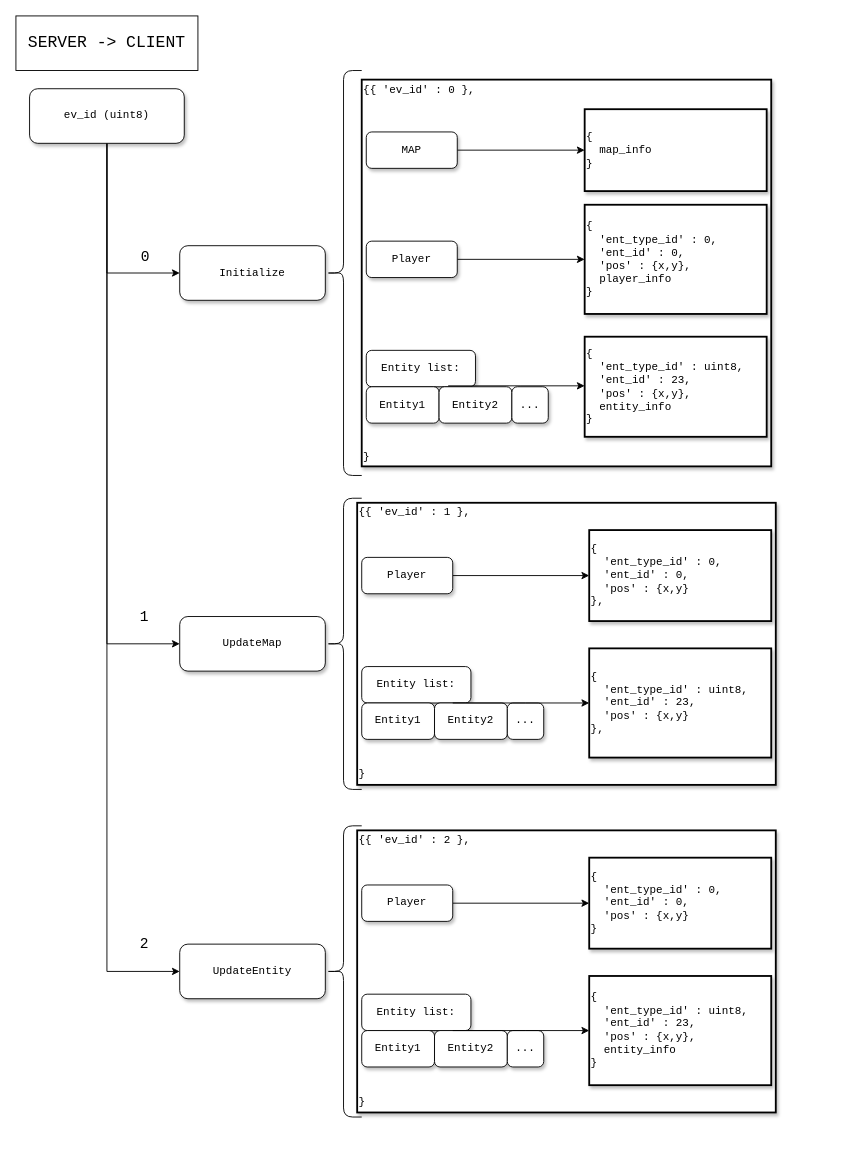
The draw.io diagram page "Server -> Client json" (1 of 3) of informe/msgs client server.drawio in nicomatex/taller_argentum, before the edit. Source tidied: cells renumbered, new cells numbered last; positions are measured from the earlier drawing's top-left corner, leaving out a move shared by most shapes. Both pictures are drawn from the tidied source at 91%, with x=0, y=0 at pixel (15, 15).
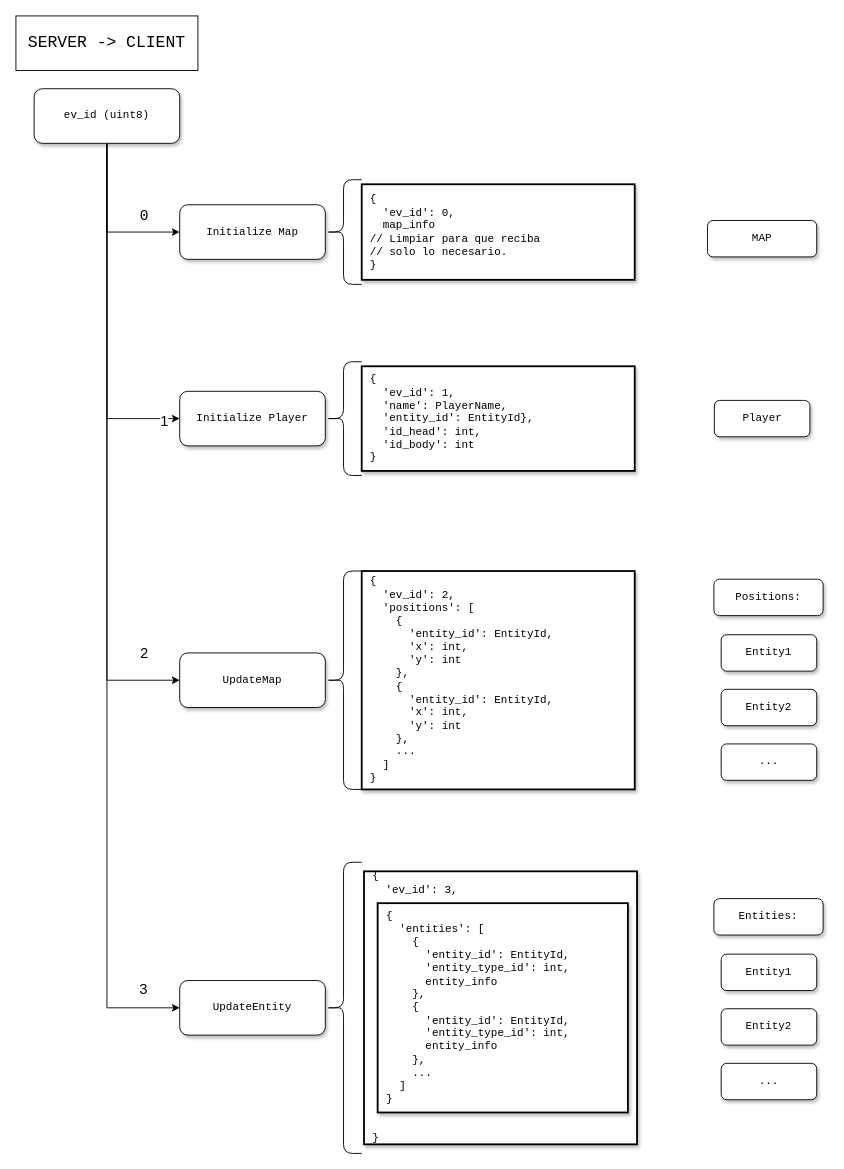
The same page after the edit.

The change refers to these unchanged cells:
```xml
<mxCell id="4" style="edgeStyle=orthogonalEdgeStyle;rounded=0;jettySize=auto;html=1;exitX=0.5;exitY=1;exitDx=0;exitDy=0;entryX=0;entryY=0.5;entryDx=0;entryDy=0;fontFamily=Courier New;fontSize=16;" parent="1" edge="1" source="10" target="12">
  <mxGeometry relative="1" as="geometry" />
</mxCell>
<mxCell id="6" style="edgeStyle=orthogonalEdgeStyle;rounded=0;jettySize=auto;html=1;exitX=0.5;exitY=1;exitDx=0;exitDy=0;entryX=0;entryY=0.5;entryDx=0;entryDy=0;fontFamily=Courier New;fontSize=16;" parent="1" edge="1" source="10" target="11">
  <mxGeometry relative="1" as="geometry" />
</mxCell>
<mxCell id="8" style="edgeStyle=orthogonalEdgeStyle;rounded=0;jettySize=auto;html=1;exitX=0.5;exitY=1;exitDx=0;exitDy=0;entryX=0;entryY=0.5;entryDx=0;entryDy=0;fontFamily=Courier New;fontSize=16;" parent="1" edge="1" source="10" target="38">
  <mxGeometry relative="1" as="geometry" />
</mxCell>
```

The edit, as a diff of the source:
```diff
@@
-    <mxCell id="2" value="{{ 'ev_id' : 1 },&lt;br&gt;&lt;br&gt;&lt;br&gt;&lt;br&gt;&lt;br&gt;&lt;br&gt;&lt;br&gt;&lt;br&gt;&lt;br&gt;&lt;br&gt;&lt;br&gt;&lt;br&gt;&lt;br&gt;&lt;br&gt;&lt;br&gt;&lt;br&gt;&lt;br&gt;&lt;br&gt;&lt;br&gt;&lt;br&gt;}" style="whiteSpace=wrap;html=1;rounded=0;shadow=1;labelBackgroundColor=none;strokeWidth=2;fontFamily=Courier New;fontSize=12;align=left;" parent="1" vertex="1">
-      <mxGeometry x="375" y="535" width="460" height="310" as="geometry" />
-    </mxCell>
+    <mxCell id="19" value="Positions:" style="whiteSpace=wrap;html=1;rounded=1;shadow=1;labelBackgroundColor=none;strokeWidth=1;fontFamily=Courier New;fontSize=12;align=center;" parent="1" vertex="1">
+      <mxGeometry x="767" y="619" width="120" height="40" as="geometry" />
+    </mxCell>
+    <mxCell id="20" value="Entity1" style="whiteSpace=wrap;html=1;rounded=1;shadow=1;labelBackgroundColor=none;strokeWidth=1;fontFamily=Courier New;fontSize=12;align=center;" parent="1" vertex="1">
+      <mxGeometry x="775" y="680" width="105" height="40" as="geometry" />
+    </mxCell>
+    <mxCell id="21" value="Entity2" style="whiteSpace=wrap;html=1;rounded=1;shadow=1;labelBackgroundColor=none;strokeWidth=1;fontFamily=Courier New;fontSize=12;align=center;" parent="1" vertex="1">
+      <mxGeometry x="775" y="740" width="105" height="40" as="geometry" />
+    </mxCell>
-    <mxCell id="3" value="{{ 'ev_id' : 0 },&lt;br&gt;&lt;br&gt;&lt;br&gt;&lt;br&gt;&lt;br&gt;&lt;br&gt;&lt;br&gt;&lt;br&gt;&lt;br&gt;&lt;br&gt;&lt;br&gt;&lt;br&gt;&lt;br&gt;&lt;br&gt;&lt;br&gt;&lt;br&gt;&lt;br&gt;&lt;br&gt;&lt;br&gt;&lt;br&gt;&lt;br&gt;&lt;br&gt;&lt;br&gt;&lt;br&gt;&lt;br&gt;&lt;br&gt;&lt;br&gt;&lt;br&gt;}" style="whiteSpace=wrap;html=1;rounded=0;shadow=1;labelBackgroundColor=none;strokeWidth=2;fontFamily=Courier New;fontSize=12;align=left;" parent="1" vertex="1">
-      <mxGeometry x="380" y="70" width="450" height="425" as="geometry" />
+    <mxCell id="3" value="&amp;nbsp;{&lt;br&gt;&amp;nbsp; &amp;nbsp;'ev_id': 0,&lt;br&gt;&amp;nbsp; &amp;nbsp;map_info&lt;br&gt;&amp;nbsp;// Limpiar para que reciba&lt;br&gt;&amp;nbsp;// solo lo necesario.&lt;br&gt;&amp;nbsp;}" style="whiteSpace=wrap;html=1;rounded=0;shadow=1;labelBackgroundColor=none;strokeWidth=2;fontFamily=Courier New;fontSize=12;align=left;" parent="1" vertex="1">
+      <mxGeometry x="380" y="185" width="300" height="105" as="geometry" />
     </mxCell>
@@
-    <mxCell id="5" value="1" style="edgeLabel;html=1;align=center;verticalAlign=middle;fontSize=16;fontFamily=Courier New;" parent="4" vertex="1">
+    <mxCell id="5" value="2" style="edgeLabel;html=1;align=center;verticalAlign=middle;fontSize=16;fontFamily=Courier New;rotation=0;" parent="4" vertex="1">
       <mxGeometry x="0.71" y="2" relative="1" as="geometry">
-        <mxPoint x="38" y="-18.6" as="offset" />
+        <mxPoint x="38" y="-11.8" as="offset" />
       </mxGeometry>
     </mxCell>
@@
     <mxCell id="7" value="0" style="edgeLabel;html=1;align=center;verticalAlign=middle;fontSize=16;fontFamily=Courier New;" parent="6" vertex="1">
       <mxGeometry x="0.69" y="-2" relative="1" as="geometry">
-        <mxPoint x="-4" y="-19.5" as="offset" />
+        <mxPoint x="-12.5" y="-19.5" as="offset" />
       </mxGeometry>
     </mxCell>
@@
-    <mxCell id="9" value="2" style="edgeLabel;html=1;align=center;verticalAlign=middle;fontSize=16;fontFamily=Courier New;" parent="8" vertex="1">
+    <mxCell id="9" value="3" style="edgeLabel;html=1;align=center;verticalAlign=middle;fontSize=16;fontFamily=Courier New;" parent="8" vertex="1">
       <mxGeometry x="0.95" y="3" relative="1" as="geometry">
-        <mxPoint x="-14.6" y="-27" as="offset" />
+        <mxPoint x="-14.6" y="-17" as="offset" />
       </mxGeometry>
     </mxCell>
+    <mxCell id="49" style="edgeStyle=orthogonalEdgeStyle;rounded=0;jettySize=auto;html=1;entryX=0;entryY=0.5;entryDx=0;entryDy=0;" parent="1" edge="1" source="10" target="51">
+      <mxGeometry relative="1" as="geometry" />
+    </mxCell>
+    <mxCell id="50" value="&lt;font style=&quot;font-size: 16px&quot;&gt;1&lt;/font&gt;" style="edgeLabel;html=1;align=center;verticalAlign=middle;" parent="49" vertex="1">
+      <mxGeometry x="0.58" y="22" relative="1" as="geometry">
+        <mxPoint x="40" y="2" as="offset" />
+      </mxGeometry>
+    </mxCell>
     <mxCell id="10" value="ev_id (uint8)" style="whiteSpace=wrap;html=1;rounded=1;shadow=1;labelBackgroundColor=none;strokeWidth=1;fontFamily=Courier New;fontSize=12;align=center;" parent="1" vertex="1">
-      <mxGeometry x="15" y="80" width="170" height="60" as="geometry" />
+      <mxGeometry x="20" y="80" width="160" height="60" as="geometry" />
     </mxCell>
-    <mxCell id="11" value="&lt;span&gt;Initialize&lt;/span&gt;" style="whiteSpace=wrap;html=1;rounded=1;shadow=1;labelBackgroundColor=none;strokeWidth=1;fontFamily=Courier New;fontSize=12;align=center;" parent="1" vertex="1">
-      <mxGeometry x="180" y="252.5" width="160" height="60" as="geometry" />
+    <mxCell id="11" value="&lt;span&gt;Initialize Map&lt;/span&gt;" style="whiteSpace=wrap;html=1;rounded=1;shadow=1;labelBackgroundColor=none;strokeWidth=1;fontFamily=Courier New;fontSize=12;align=center;" parent="1" vertex="1">
+      <mxGeometry x="180" y="207.5" width="160" height="60" as="geometry" />
     </mxCell>
     <mxCell id="12" value="&lt;span&gt;UpdateMap&lt;/span&gt;" style="whiteSpace=wrap;html=1;rounded=1;shadow=1;labelBackgroundColor=none;strokeWidth=1;fontFamily=Courier New;fontSize=12;align=center;" parent="1" vertex="1">
-      <mxGeometry x="180" y="660" width="160" height="60" as="geometry" />
+      <mxGeometry x="180" y="700" width="160" height="60" as="geometry" />
     </mxCell>
-    <mxCell id="13" value="{&lt;br&gt;&amp;nbsp; map_info&lt;br&gt;}" style="whiteSpace=wrap;html=1;rounded=0;shadow=1;labelBackgroundColor=none;strokeWidth=2;fontFamily=Courier New;fontSize=12;align=left;" parent="1" vertex="1">
-      <mxGeometry x="625" y="102.5" width="200" height="90" as="geometry" />
-    </mxCell>
     <mxCell id="14" style="shape=curlyBracket;whiteSpace=wrap;html=1;rounded=1;fontFamily=Courier New;fontSize=16;rotation=0;" parent="1" vertex="1">
-      <mxGeometry x="340" y="60" width="40" height="445" as="geometry" />
+      <mxGeometry x="340" y="180" width="40" height="115" as="geometry" />
     </mxCell>
-    <mxCell id="15" style="edgeStyle=orthogonalEdgeStyle;rounded=0;jettySize=auto;html=1;exitX=1;exitY=0.5;exitDx=0;exitDy=0;entryX=0;entryY=0.5;entryDx=0;entryDy=0;fontFamily=Courier New;fontSize=16;" parent="1" edge="1" source="16" target="13">
-      <mxGeometry relative="1" as="geometry" />
-    </mxCell>
     <mxCell id="16" value="&lt;span&gt;MAP&lt;/span&gt;" style="whiteSpace=wrap;html=1;rounded=1;shadow=1;labelBackgroundColor=none;strokeWidth=1;fontFamily=Courier New;fontSize=12;align=center;" parent="1" vertex="1">
-      <mxGeometry x="385" y="127.5" width="100" height="40" as="geometry" />
+      <mxGeometry x="760" y="224.8" width="120" height="40" as="geometry" />
     </mxCell>
-    <mxCell id="17" style="edgeStyle=orthogonalEdgeStyle;rounded=0;jettySize=auto;html=1;exitX=1;exitY=0.5;exitDx=0;exitDy=0;entryX=0;entryY=0.5;entryDx=0;entryDy=0;fontFamily=Courier New;fontSize=16;" parent="1" edge="1" source="18" target="23">
-      <mxGeometry relative="1" as="geometry" />
-    </mxCell>
-    <mxCell id="18" value="Player" style="whiteSpace=wrap;html=1;rounded=1;shadow=1;labelBackgroundColor=none;strokeWidth=1;fontFamily=Courier New;fontSize=12;align=center;" parent="1" vertex="1">
-      <mxGeometry x="385" y="247.5" width="100" height="40" as="geometry" />
-    </mxCell>
-    <mxCell id="19" value="Entity list:" style="whiteSpace=wrap;html=1;rounded=1;shadow=1;labelBackgroundColor=none;strokeWidth=1;fontFamily=Courier New;fontSize=12;align=center;" parent="1" vertex="1">
-      <mxGeometry x="385" y="367.5" width="120" height="40" as="geometry" />
-    </mxCell>
-    <mxCell id="20" value="Entity1" style="whiteSpace=wrap;html=1;rounded=1;shadow=1;labelBackgroundColor=none;strokeWidth=1;fontFamily=Courier New;fontSize=12;align=center;" parent="1" vertex="1">
-      <mxGeometry x="385" y="407.5" width="80" height="40" as="geometry" />
-    </mxCell>
-    <mxCell id="21" value="Entity2" style="whiteSpace=wrap;html=1;rounded=1;shadow=1;labelBackgroundColor=none;strokeWidth=1;fontFamily=Courier New;fontSize=12;align=center;" parent="1" vertex="1">
-      <mxGeometry x="465" y="407.5" width="80" height="40" as="geometry" />
-    </mxCell>
     <mxCell id="22" value="..." style="whiteSpace=wrap;html=1;rounded=1;shadow=1;labelBackgroundColor=none;strokeWidth=1;fontFamily=Courier New;fontSize=12;align=center;" parent="1" vertex="1">
-      <mxGeometry x="545" y="407.5" width="40" height="40" as="geometry" />
+      <mxGeometry x="775" y="800" width="105" height="40" as="geometry" />
     </mxCell>
-    <mxCell id="23" value="{&lt;br&gt;&amp;nbsp; 'ent_type_id' : 0,&lt;br&gt;&amp;nbsp; 'ent_id' : 0,&lt;br&gt;&amp;nbsp; 'pos' : {x,y},&lt;br&gt;&amp;nbsp; player_info&lt;br&gt;}" style="whiteSpace=wrap;html=1;rounded=0;shadow=1;labelBackgroundColor=none;strokeWidth=2;fontFamily=Courier New;fontSize=12;align=left;" parent="1" vertex="1">
-      <mxGeometry x="625" y="207.5" width="200" height="120" as="geometry" />
-    </mxCell>
-    <mxCell id="24" value="{&lt;br&gt;&amp;nbsp; 'ent_type_id' : uint8,&lt;br&gt;&amp;nbsp; 'ent_id' : 23,&lt;br&gt;&amp;nbsp; 'pos' : {x,y},&lt;br&gt;&amp;nbsp; entity_info&lt;br&gt;}" style="whiteSpace=wrap;html=1;rounded=0;shadow=1;labelBackgroundColor=none;strokeWidth=2;fontFamily=Courier New;fontSize=12;align=left;" parent="1" vertex="1">
-      <mxGeometry x="625" y="352.5" width="200" height="110" as="geometry" />
-    </mxCell>
@@
     <mxCell id="26" style="shape=curlyBracket;whiteSpace=wrap;html=1;rounded=1;fontFamily=Courier New;fontSize=16;rotation=0;" parent="1" vertex="1">
-      <mxGeometry x="340" y="530" width="40" height="320" as="geometry" />
+      <mxGeometry x="340" y="610" width="40" height="240" as="geometry" />
     </mxCell>
-    <mxCell id="27" style="edgeStyle=orthogonalEdgeStyle;rounded=0;jettySize=auto;html=1;exitX=1;exitY=0.5;exitDx=0;exitDy=0;entryX=0;entryY=0.5;entryDx=0;entryDy=0;fontFamily=Courier New;fontSize=16;" parent="1" edge="1" source="28" target="33">
-      <mxGeometry relative="1" as="geometry" />
-    </mxCell>
-    <mxCell id="28" value="Player" style="whiteSpace=wrap;html=1;rounded=1;shadow=1;labelBackgroundColor=none;strokeWidth=1;fontFamily=Courier New;fontSize=12;align=center;" parent="1" vertex="1">
-      <mxGeometry x="380" y="595" width="100" height="40" as="geometry" />
-    </mxCell>
-    <mxCell id="29" value="Entity list:" style="whiteSpace=wrap;html=1;rounded=1;shadow=1;labelBackgroundColor=none;strokeWidth=1;fontFamily=Courier New;fontSize=12;align=center;" parent="1" vertex="1">
-      <mxGeometry x="380" y="715" width="120" height="40" as="geometry" />
-    </mxCell>
-    <mxCell id="30" value="Entity1" style="whiteSpace=wrap;html=1;rounded=1;shadow=1;labelBackgroundColor=none;strokeWidth=1;fontFamily=Courier New;fontSize=12;align=center;" parent="1" vertex="1">
-      <mxGeometry x="380" y="755" width="80" height="40" as="geometry" />
-    </mxCell>
-    <mxCell id="31" value="Entity2" style="whiteSpace=wrap;html=1;rounded=1;shadow=1;labelBackgroundColor=none;strokeWidth=1;fontFamily=Courier New;fontSize=12;align=center;" parent="1" vertex="1">
-      <mxGeometry x="460" y="755" width="80" height="40" as="geometry" />
-    </mxCell>
-    <mxCell id="32" value="..." style="whiteSpace=wrap;html=1;rounded=1;shadow=1;labelBackgroundColor=none;strokeWidth=1;fontFamily=Courier New;fontSize=12;align=center;" parent="1" vertex="1">
-      <mxGeometry x="540" y="755" width="40" height="40" as="geometry" />
-    </mxCell>
-    <mxCell id="33" value="{&lt;br&gt;&amp;nbsp; 'ent_type_id' : 0,&lt;br&gt;&amp;nbsp; 'ent_id' : 0,&lt;br&gt;&amp;nbsp; 'pos' : {x,y}&lt;br&gt;}," style="whiteSpace=wrap;html=1;rounded=0;shadow=1;labelBackgroundColor=none;strokeWidth=2;fontFamily=Courier New;fontSize=12;align=left;" parent="1" vertex="1">
-      <mxGeometry x="630" y="565" width="200" height="100" as="geometry" />
-    </mxCell>
-    <mxCell id="34" value="{&lt;br&gt;&amp;nbsp; 'ent_type_id' : uint8,&lt;br&gt;&amp;nbsp; 'ent_id' : 23,&lt;br&gt;&amp;nbsp; 'pos' : {x,y}&lt;br&gt;}," style="whiteSpace=wrap;html=1;rounded=0;shadow=1;labelBackgroundColor=none;strokeWidth=2;fontFamily=Courier New;fontSize=12;align=left;" parent="1" vertex="1">
-      <mxGeometry x="630" y="695" width="200" height="120" as="geometry" />
-    </mxCell>
-    <mxCell id="35" style="edgeStyle=orthogonalEdgeStyle;rounded=0;orthogonalLoop=1;jettySize=auto;html=1;exitX=1;exitY=0.5;exitDx=0;exitDy=0;entryX=0;entryY=0.5;entryDx=0;entryDy=0;fontFamily=Courier New;fontSize=16;" parent="1" edge="1">
-      <mxGeometry relative="1" as="geometry">
-        <mxPoint x="475" y="406.5" as="sourcePoint" />
-        <mxPoint x="625" y="406.5" as="targetPoint" />
-        <Array as="points">
-          <mxPoint x="555" y="406.5" />
-          <mxPoint x="555" y="406.5" />
-        </Array>
-      </mxGeometry>
-    </mxCell>
-    <mxCell id="36" style="edgeStyle=orthogonalEdgeStyle;rounded=0;orthogonalLoop=1;jettySize=auto;html=1;exitX=1;exitY=0.5;exitDx=0;exitDy=0;entryX=0;entryY=0.5;entryDx=0;entryDy=0;fontFamily=Courier New;fontSize=16;" parent="1" edge="1">
-      <mxGeometry relative="1" as="geometry">
-        <mxPoint x="480" y="755" as="sourcePoint" />
-        <mxPoint x="630" y="755" as="targetPoint" />
-        <Array as="points">
-          <mxPoint x="560" y="755" />
-          <mxPoint x="560" y="755" />
-        </Array>
-      </mxGeometry>
-    </mxCell>
-    <mxCell id="37" value="{{ 'ev_id' : 2 },&lt;br&gt;&lt;br&gt;&lt;br&gt;&lt;br&gt;&lt;br&gt;&lt;br&gt;&lt;br&gt;&lt;br&gt;&lt;br&gt;&lt;br&gt;&lt;br&gt;&lt;br&gt;&lt;br&gt;&lt;br&gt;&lt;br&gt;&lt;br&gt;&lt;br&gt;&lt;br&gt;&lt;br&gt;&lt;br&gt;}" style="whiteSpace=wrap;html=1;rounded=0;shadow=1;labelBackgroundColor=none;strokeWidth=2;fontFamily=Courier New;fontSize=12;align=left;" parent="1" vertex="1">
-      <mxGeometry x="375" y="895" width="460" height="310" as="geometry" />
-    </mxCell>
     <mxCell id="38" value="&lt;span&gt;UpdateEntity&lt;/span&gt;" style="whiteSpace=wrap;html=1;rounded=1;shadow=1;labelBackgroundColor=none;strokeWidth=1;fontFamily=Courier New;fontSize=12;align=center;" parent="1" vertex="1">
-      <mxGeometry x="180" y="1020" width="160" height="60" as="geometry" />
+      <mxGeometry x="180" y="1060" width="160" height="60" as="geometry" />
     </mxCell>
     <mxCell id="39" style="shape=curlyBracket;whiteSpace=wrap;html=1;rounded=1;fontFamily=Courier New;fontSize=16;rotation=0;" parent="1" vertex="1">
-      <mxGeometry x="340" y="890" width="40" height="320" as="geometry" />
+      <mxGeometry x="340" y="930" width="40" height="320" as="geometry" />
     </mxCell>
-    <mxCell id="40" style="edgeStyle=orthogonalEdgeStyle;rounded=0;jettySize=auto;html=1;exitX=1;exitY=0.5;exitDx=0;exitDy=0;entryX=0;entryY=0.5;entryDx=0;entryDy=0;fontFamily=Courier New;fontSize=16;" parent="1" edge="1" source="41" target="46">
-      <mxGeometry relative="1" as="geometry" />
-    </mxCell>
-    <mxCell id="41" value="Player" style="whiteSpace=wrap;html=1;rounded=1;shadow=1;labelBackgroundColor=none;strokeWidth=1;fontFamily=Courier New;fontSize=12;align=center;" parent="1" vertex="1">
-      <mxGeometry x="380" y="955" width="100" height="40" as="geometry" />
-    </mxCell>
-    <mxCell id="42" value="Entity list:" style="whiteSpace=wrap;html=1;rounded=1;shadow=1;labelBackgroundColor=none;strokeWidth=1;fontFamily=Courier New;fontSize=12;align=center;" parent="1" vertex="1">
-      <mxGeometry x="380" y="1075" width="120" height="40" as="geometry" />
-    </mxCell>
-    <mxCell id="43" value="Entity1" style="whiteSpace=wrap;html=1;rounded=1;shadow=1;labelBackgroundColor=none;strokeWidth=1;fontFamily=Courier New;fontSize=12;align=center;" parent="1" vertex="1">
-      <mxGeometry x="380" y="1115" width="80" height="40" as="geometry" />
-    </mxCell>
-    <mxCell id="44" value="Entity2" style="whiteSpace=wrap;html=1;rounded=1;shadow=1;labelBackgroundColor=none;strokeWidth=1;fontFamily=Courier New;fontSize=12;align=center;" parent="1" vertex="1">
-      <mxGeometry x="460" y="1115" width="80" height="40" as="geometry" />
-    </mxCell>
-    <mxCell id="45" value="..." style="whiteSpace=wrap;html=1;rounded=1;shadow=1;labelBackgroundColor=none;strokeWidth=1;fontFamily=Courier New;fontSize=12;align=center;" parent="1" vertex="1">
-      <mxGeometry x="540" y="1115" width="40" height="40" as="geometry" />
-    </mxCell>
-    <mxCell id="46" value="{&lt;br&gt;&amp;nbsp; 'ent_type_id' : 0,&lt;br&gt;&amp;nbsp; 'ent_id' : 0,&lt;br&gt;&amp;nbsp; 'pos' : {x,y}&lt;br&gt;}" style="whiteSpace=wrap;html=1;rounded=0;shadow=1;labelBackgroundColor=none;strokeWidth=2;fontFamily=Courier New;fontSize=12;align=left;" parent="1" vertex="1">
-      <mxGeometry x="630" y="925" width="200" height="100" as="geometry" />
-    </mxCell>
-    <mxCell id="47" value="{&lt;br&gt;&amp;nbsp; 'ent_type_id' : uint8,&lt;br&gt;&amp;nbsp; 'ent_id' : 23,&lt;br&gt;&amp;nbsp; 'pos' : {x,y},&lt;br&gt;&amp;nbsp; entity_info&lt;br&gt;}" style="whiteSpace=wrap;html=1;rounded=0;shadow=1;labelBackgroundColor=none;strokeWidth=2;fontFamily=Courier New;fontSize=12;align=left;" parent="1" vertex="1">
-      <mxGeometry x="630" y="1055" width="200" height="120" as="geometry" />
-    </mxCell>
-    <mxCell id="48" style="edgeStyle=orthogonalEdgeStyle;rounded=0;orthogonalLoop=1;jettySize=auto;html=1;exitX=1;exitY=0.5;exitDx=0;exitDy=0;entryX=0;entryY=0.5;entryDx=0;entryDy=0;fontFamily=Courier New;fontSize=16;" parent="1" edge="1">
-      <mxGeometry relative="1" as="geometry">
-        <mxPoint x="480" y="1115" as="sourcePoint" />
-        <mxPoint x="630" y="1115" as="targetPoint" />
-        <Array as="points">
-          <mxPoint x="560" y="1115" />
-          <mxPoint x="560" y="1115" />
-        </Array>
-      </mxGeometry>
-    </mxCell>
+    <mxCell id="51" value="&lt;span&gt;Initialize Player&lt;/span&gt;" style="whiteSpace=wrap;html=1;rounded=1;shadow=1;labelBackgroundColor=none;strokeWidth=1;fontFamily=Courier New;fontSize=12;align=center;" parent="1" vertex="1">
+      <mxGeometry x="180" y="412.5" width="160" height="60" as="geometry" />
+    </mxCell>
+    <mxCell id="52" value="&amp;nbsp;{&lt;br&gt;&amp;nbsp; &amp;nbsp;'ev_id': 1,&lt;br&gt;&amp;nbsp; &amp;nbsp;'name': PlayerName,&lt;div&gt;&amp;nbsp; &amp;nbsp;'entity_id': EntityId},&lt;/div&gt;&lt;div&gt;&amp;nbsp; &amp;nbsp;'id_head': int,&lt;br&gt;&lt;/div&gt;&lt;div&gt;&amp;nbsp; &amp;nbsp;'id_body': int&lt;/div&gt;&amp;nbsp;}" style="whiteSpace=wrap;html=1;rounded=0;shadow=1;labelBackgroundColor=none;strokeWidth=2;fontFamily=Courier New;fontSize=12;align=left;" parent="1" vertex="1">
+      <mxGeometry x="380" y="385" width="300" height="115" as="geometry" />
+    </mxCell>
+    <mxCell id="53" style="shape=curlyBracket;whiteSpace=wrap;html=1;rounded=1;fontFamily=Courier New;fontSize=16;rotation=0;" parent="1" vertex="1">
+      <mxGeometry x="340" y="380" width="40" height="125" as="geometry" />
+    </mxCell>
+    <mxCell id="54" value="Player" style="whiteSpace=wrap;html=1;rounded=1;shadow=1;labelBackgroundColor=none;strokeWidth=1;fontFamily=Courier New;fontSize=12;align=center;" parent="1" vertex="1">
+      <mxGeometry x="767.5" y="422.5" width="105" height="40" as="geometry" />
+    </mxCell>
+    <mxCell id="55" value="&amp;nbsp;{&lt;br&gt;&amp;nbsp; &amp;nbsp;'ev_id': 2,&lt;br&gt;&amp;nbsp; &amp;nbsp;'positions': [&lt;br&gt;&amp;nbsp; &amp;nbsp; &amp;nbsp;{&lt;br&gt;&amp;nbsp; &amp;nbsp; &amp;nbsp; &amp;nbsp;'entity_id': EntityId,&lt;br&gt;&amp;nbsp; &amp;nbsp; &amp;nbsp; &amp;nbsp;'x': int,&lt;br&gt;&amp;nbsp; &amp;nbsp; &amp;nbsp; &amp;nbsp;'y': int&lt;br&gt;&amp;nbsp; &amp;nbsp; &amp;nbsp;},&lt;br&gt;&amp;nbsp; &amp;nbsp; &amp;nbsp;{&lt;br&gt;&amp;nbsp; &amp;nbsp; &amp;nbsp; &amp;nbsp;'entity_id': EntityId,&lt;br&gt;&amp;nbsp; &amp;nbsp; &amp;nbsp; &amp;nbsp;'x': int,&lt;br&gt;&amp;nbsp; &amp;nbsp; &amp;nbsp; &amp;nbsp;'y': int&lt;br&gt;&amp;nbsp; &amp;nbsp; &amp;nbsp;},&lt;br&gt;&amp;nbsp; &amp;nbsp; &amp;nbsp;...&lt;br&gt;&amp;nbsp; &amp;nbsp;]&lt;br&gt;&amp;nbsp;}" style="whiteSpace=wrap;html=1;rounded=0;shadow=1;labelBackgroundColor=none;strokeWidth=2;fontFamily=Courier New;fontSize=12;align=left;" parent="1" vertex="1">
+      <mxGeometry x="380" y="610" width="300" height="240" as="geometry" />
+    </mxCell>
+    <mxCell id="56" value="&amp;nbsp;{&lt;br&gt;&amp;nbsp; &amp;nbsp;'ev_id': 3,&lt;br&gt;&lt;br&gt;&lt;br&gt;&lt;br&gt;&lt;br&gt;&lt;br&gt;&lt;br&gt;&lt;br&gt;&lt;br&gt;&lt;br&gt;&lt;br&gt;&lt;br&gt;&lt;br&gt;&lt;br&gt;&lt;br&gt;&lt;br&gt;&lt;br&gt;&lt;br&gt;&lt;br&gt;&amp;nbsp;}" style="whiteSpace=wrap;html=1;rounded=0;shadow=1;labelBackgroundColor=none;strokeWidth=2;fontFamily=Courier New;fontSize=12;align=left;" parent="1" vertex="1">
+      <mxGeometry x="382.5" y="940" width="300" height="300" as="geometry" />
+    </mxCell>
+    <mxCell id="57" value="&lt;span&gt;&amp;nbsp;{&lt;br&gt;&amp;nbsp; &amp;nbsp;'entities': [&lt;br&gt;&amp;nbsp; &amp;nbsp; &amp;nbsp;{&lt;br&gt;&amp;nbsp; &amp;nbsp; &amp;nbsp; &amp;nbsp;'entity_id': EntityId,&lt;br&gt;&amp;nbsp; &amp;nbsp; &amp;nbsp; &amp;nbsp;'entity_type_id': int,&lt;br&gt;&amp;nbsp; &amp;nbsp; &amp;nbsp; &amp;nbsp;entity_info&lt;br&gt;&amp;nbsp; &amp;nbsp; &amp;nbsp;},&lt;br&gt;&amp;nbsp; &amp;nbsp; &amp;nbsp;{&lt;/span&gt;&lt;br&gt;&amp;nbsp; &amp;nbsp; &amp;nbsp; &amp;nbsp;'entity_id': EntityId,&lt;br&gt;&amp;nbsp; &amp;nbsp; &amp;nbsp; &amp;nbsp;'entity_type_id': int,&lt;br&gt;&amp;nbsp; &amp;nbsp; &amp;nbsp; &amp;nbsp;entity_info&lt;br&gt;&amp;nbsp; &amp;nbsp; &amp;nbsp;},&lt;br&gt;&amp;nbsp; &amp;nbsp; &amp;nbsp;...&lt;br&gt;&amp;nbsp; &amp;nbsp;]&lt;br&gt;&amp;nbsp;}" style="whiteSpace=wrap;html=1;rounded=0;shadow=1;labelBackgroundColor=none;strokeWidth=2;fontFamily=Courier New;fontSize=12;align=left;" parent="1" vertex="1">
+      <mxGeometry x="397.5" y="975" width="275" height="230" as="geometry" />
+    </mxCell>
+    <mxCell id="58" value="Entities:" style="whiteSpace=wrap;html=1;rounded=1;shadow=1;labelBackgroundColor=none;strokeWidth=1;fontFamily=Courier New;fontSize=12;align=center;" parent="1" vertex="1">
+      <mxGeometry x="767" y="970" width="120" height="40" as="geometry" />
+    </mxCell>
+    <mxCell id="59" value="Entity1" style="whiteSpace=wrap;html=1;rounded=1;shadow=1;labelBackgroundColor=none;strokeWidth=1;fontFamily=Courier New;fontSize=12;align=center;" parent="1" vertex="1">
+      <mxGeometry x="775" y="1031" width="105" height="40" as="geometry" />
+    </mxCell>
+    <mxCell id="60" value="Entity2" style="whiteSpace=wrap;html=1;rounded=1;shadow=1;labelBackgroundColor=none;strokeWidth=1;fontFamily=Courier New;fontSize=12;align=center;" parent="1" vertex="1">
+      <mxGeometry x="775" y="1091" width="105" height="40" as="geometry" />
+    </mxCell>
+    <mxCell id="61" value="..." style="whiteSpace=wrap;html=1;rounded=1;shadow=1;labelBackgroundColor=none;strokeWidth=1;fontFamily=Courier New;fontSize=12;align=center;" parent="1" vertex="1">
+      <mxGeometry x="775" y="1151" width="105" height="40" as="geometry" />
+    </mxCell>
```
